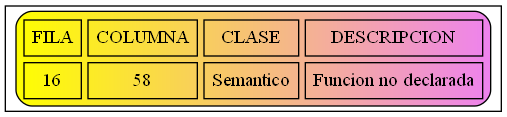
Earlier version of the Graphviz export Errores.png (JoseMore99/OLC2_P1_201701015). Its source is kept beside it as Errores.dot.
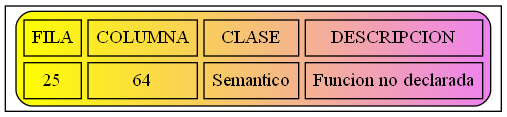
Above is the later version.

Change to the diagram source:
```diff
@@ -2,6 +2,6 @@
 node [shape=record];
 a0 [label=<<TABLE border="1" cellspacing="5" cellpadding="5" style="rounded" bgcolor="yellow:violet">
 "<TR><TD>FILA</TD><TD>COLUMNA</TD><TD>CLASE</TD><TD>DESCRIPCION</TD></TR>
-<TR><TD>16</TD><TD>58</TD><TD>Semantico</TD><TD>Funcion no declarada</TD></TR>
+<TR><TD>25</TD><TD>64</TD><TD>Semantico</TD><TD>Funcion no declarada</TD></TR>
 </TABLE>>];
 }
```
